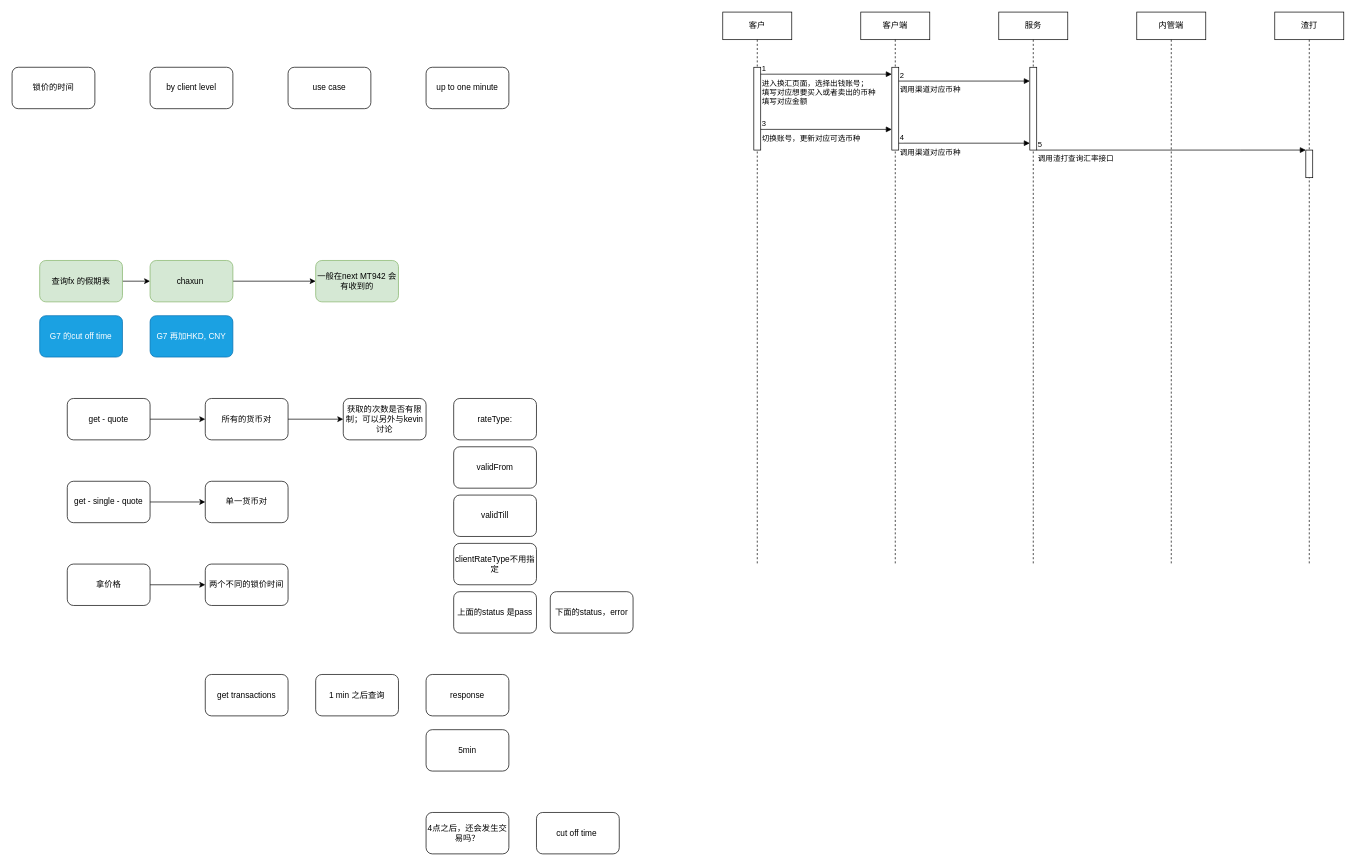
The draw.io diagram LLSI/SCB fx.drawio in 0573xieguojia/To-program, before the edit. Source tidied: cells renumbered, new cells numbered last; positions are measured from the earlier drawing's top-left corner, leaving out a move shared by most shapes. Both pictures are drawn from the tidied source at 69%, with x=0, y=0 at pixel (12, 12).
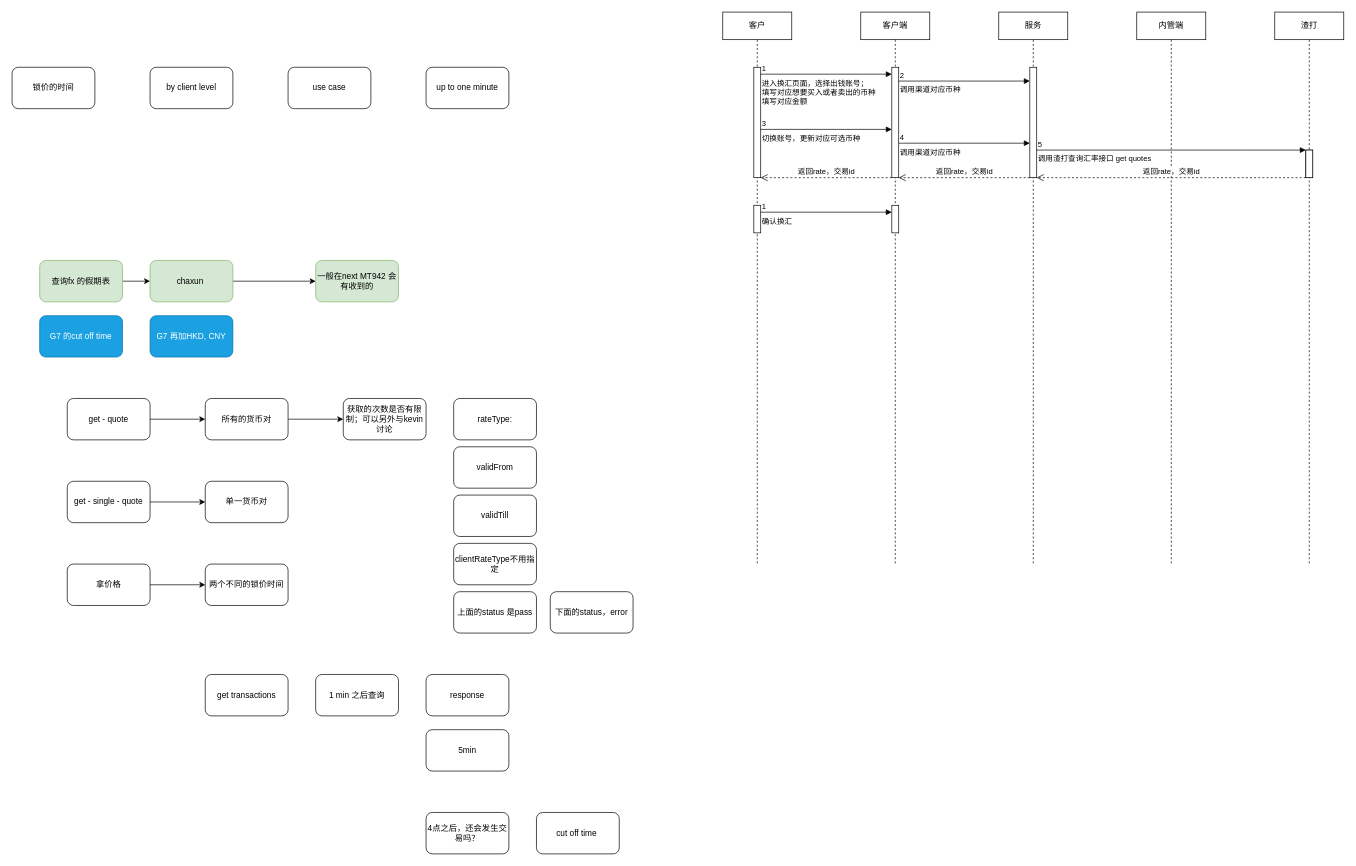
Above is the later version.

Unchanged cells that the change refers to:
```xml
<mxCell id="36" value="客户" style="shape=umlLifeline;perimeter=lifelinePerimeter;whiteSpace=wrap;html=1;newEdgeStyle={&quot;curved&quot;:0,&quot;rounded&quot;:0};" parent="1" vertex="1">
  <mxGeometry x="1030" width="100" height="800" as="geometry" />
</mxCell>
<mxCell id="38" value="客户端" style="shape=umlLifeline;perimeter=lifelinePerimeter;whiteSpace=wrap;html=1;newEdgeStyle={&quot;curved&quot;:0,&quot;rounded&quot;:0};" parent="1" vertex="1">
  <mxGeometry x="1230" width="100" height="800" as="geometry" />
</mxCell>
<mxCell id="40" value="服务" style="shape=umlLifeline;perimeter=lifelinePerimeter;whiteSpace=wrap;html=1;newEdgeStyle={&quot;curved&quot;:0,&quot;rounded&quot;:0};" parent="1" vertex="1">
  <mxGeometry x="1430" width="100" height="800" as="geometry" />
</mxCell>
<mxCell id="44" style="html=1;points=[[0,0,0,0,5],[0,1,0,0,-5],[1,0,0,0,5],[1,1,0,0,-5]];perimeter=orthogonalPerimeter;outlineConnect=0;targetShapes=umlLifeline;portConstraint=eastwest;newEdgeStyle={&quot;curved&quot;:0,&quot;rounded&quot;:0};" parent="43" vertex="1">
  <mxGeometry x="45" y="200" width="10" height="40" as="geometry" />
</mxCell>
```

The edit, as a diff of the source:
```diff
@@
     <mxCell id="37" style="html=1;perimeter=orthogonalPerimeter;targetShapes=umlLifeline;newEdgeStyle={&quot;curved&quot;:0,&quot;rounded&quot;:0};" parent="36" vertex="1">
-      <mxGeometry x="45" y="80" width="10" height="120" as="geometry" />
+      <mxGeometry x="45" y="80" width="10" height="160" as="geometry" />
     </mxCell>
+    <mxCell id="55" style="html=1;perimeter=orthogonalPerimeter;targetShapes=umlLifeline;newEdgeStyle={&quot;curved&quot;:0,&quot;rounded&quot;:0};" parent="36" vertex="1">
+      <mxGeometry x="45" y="280" width="10" height="40" as="geometry" />
+    </mxCell>
@@
     <mxCell id="39" style="html=1;perimeter=orthogonalPerimeter;targetShapes=umlLifeline;newEdgeStyle={&quot;curved&quot;:0,&quot;rounded&quot;:0};" parent="38" vertex="1">
-      <mxGeometry x="45" y="80" width="10" height="120" as="geometry" />
+      <mxGeometry x="45" y="80" width="10" height="160" as="geometry" />
     </mxCell>
+    <mxCell id="56" style="html=1;perimeter=orthogonalPerimeter;targetShapes=umlLifeline;newEdgeStyle={&quot;curved&quot;:0,&quot;rounded&quot;:0};" parent="38" vertex="1">
+      <mxGeometry x="45" y="280" width="10" height="40" as="geometry" />
+    </mxCell>
@@
     <mxCell id="41" style="html=1;points=[[0,0,0,0,5],[0,1,0,0,-5],[1,0,0,0,5],[1,1,0,0,-5]];perimeter=orthogonalPerimeter;outlineConnect=0;targetShapes=umlLifeline;portConstraint=eastwest;newEdgeStyle={&quot;curved&quot;:0,&quot;rounded&quot;:0};" parent="40" vertex="1">
-      <mxGeometry x="45" y="80" width="10" height="120" as="geometry" />
+      <mxGeometry x="45" y="80" width="10" height="160" as="geometry" />
     </mxCell>
@@
-    <mxCell id="53" value="调用渣打查询汇率接口" style="endArrow=block;endFill=1;html=1;edgeStyle=orthogonalEdgeStyle;align=left;verticalAlign=top;rounded=0;" parent="1" edge="1" target="44">
+    <mxCell id="53" value="调用渣打查询汇率接口 get quotes" style="endArrow=block;endFill=1;html=1;edgeStyle=orthogonalEdgeStyle;align=left;verticalAlign=top;rounded=0;" parent="1" edge="1" target="44">
       <mxGeometry x="-1" relative="1" as="geometry">
         <mxPoint x="1485" y="200" as="sourcePoint" />
         <Array as="points">
           <mxPoint x="1780" y="200" />
           <mxPoint x="1780" y="200" />
         </Array>
       </mxGeometry>
     </mxCell>
@@
+    <mxCell id="57" value="返回rate，交易id" style="html=1;verticalAlign=bottom;endArrow=open;dashed=1;endSize=8;curved=0;rounded=0;" parent="1" edge="1">
+      <mxGeometry relative="1" as="geometry">
+        <mxPoint x="1875" y="240" as="sourcePoint" />
+        <mxPoint x="1485" y="240" as="targetPoint" />
+      </mxGeometry>
+    </mxCell>
+    <mxCell id="58" value="返回rate，交易id" style="html=1;verticalAlign=bottom;endArrow=open;dashed=1;endSize=8;curved=0;rounded=0;" parent="1" edge="1" source="41">
+      <mxGeometry relative="1" as="geometry">
+        <mxPoint x="1285" y="240" as="targetPoint" />
+      </mxGeometry>
+    </mxCell>
+    <mxCell id="59" value="返回rate，交易id" style="html=1;verticalAlign=bottom;endArrow=open;dashed=1;endSize=8;curved=0;rounded=0;" parent="1" edge="1">
+      <mxGeometry relative="1" as="geometry">
+        <mxPoint x="1275" y="240" as="sourcePoint" />
+        <mxPoint x="1085" y="240" as="targetPoint" />
+      </mxGeometry>
+    </mxCell>
+    <mxCell id="60" style="html=1;perimeter=orthogonalPerimeter;targetShapes=umlLifeline;newEdgeStyle={&quot;curved&quot;:0,&quot;rounded&quot;:0};" parent="1" vertex="1">
+      <mxGeometry x="1875" y="200" width="10" height="40" as="geometry" />
+    </mxCell>
+    <mxCell id="61" value="确认换汇" style="endArrow=block;endFill=1;html=1;edgeStyle=orthogonalEdgeStyle;align=left;verticalAlign=top;rounded=0;" parent="1" edge="1">
+      <mxGeometry x="-1" relative="1" as="geometry">
+        <mxPoint x="1085" y="290" as="sourcePoint" />
+        <mxPoint x="1275" y="290" as="targetPoint" />
+      </mxGeometry>
+    </mxCell>
+    <mxCell id="62" value="1" style="edgeLabel;html=1;align=left;verticalAlign=bottom;" parent="61" vertex="1">
+      <mxGeometry x="-1" relative="1" as="geometry" />
+    </mxCell>
```
